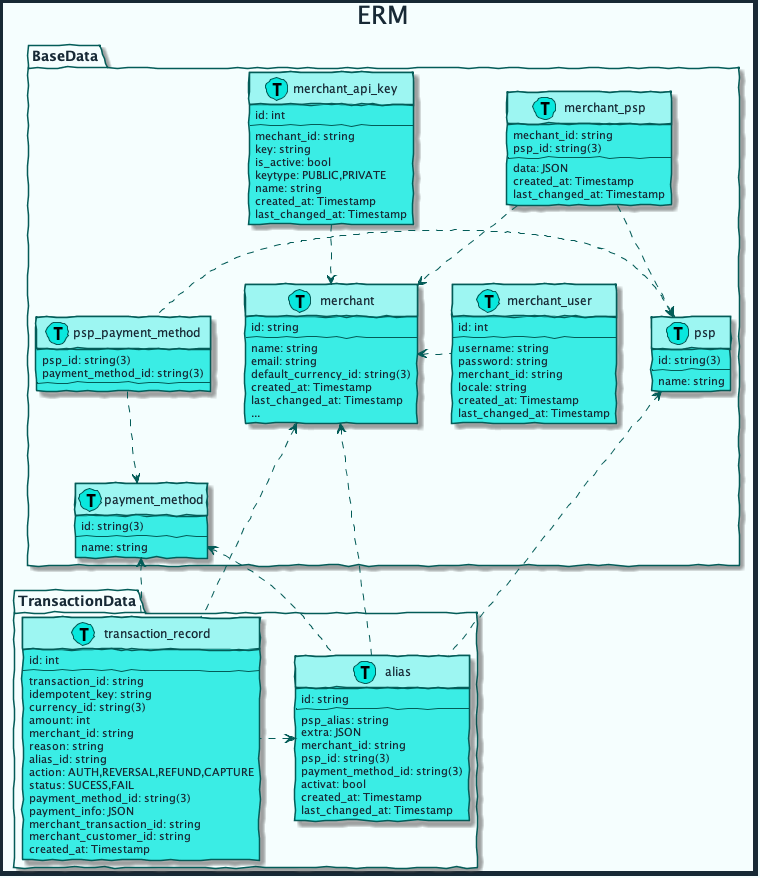
mobilabsolutions/stash-sdk-wiki keeps this PlantUML diagram as diagrams/out/erm.png. Above is the earlier version.
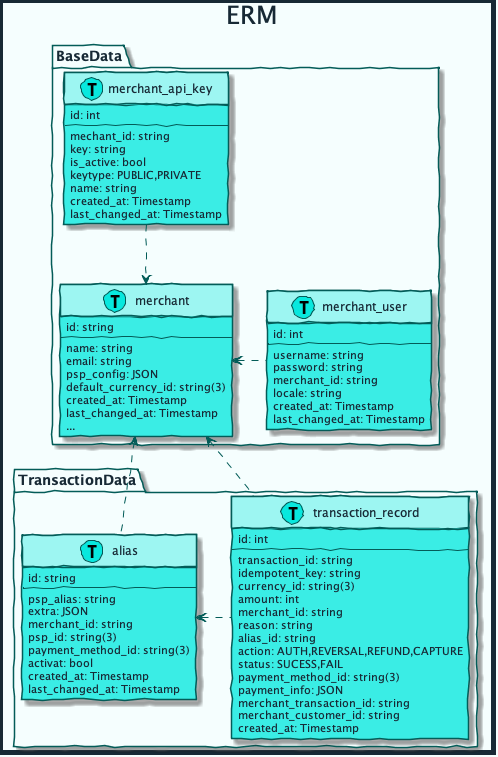
Later version of the same file.

Commit message:
update erm based on RADU feedack

Change to the diagram source:
```diff
@@ -48,29 +48,12 @@
 title ERM
 
 package BaseData {
-    class psp << (T, #08E8DE) >>{
-        id: string(3)
-        --
-        name: string
-    }
-
-    class payment_method << (T, #08E8DE) >>{
-        id: string(3)
-        --
-        name: string
-    }
-
-    class psp_payment_method << (T, #08E8DE) >>{
-        psp_id: string(3)
-        payment_method_id: string(3)
-        --
-    }
-
     class merchant << (T, #08E8DE) >>{
         id: string
         --
         name: string
         email: string
+        psp_config: JSON
         default_currency_id: string(3)
         created_at: Timestamp
         last_changed_at: Timestamp
@@ -89,15 +72,6 @@
         last_changed_at: Timestamp
     }
 
-    class merchant_psp << (T, #08E8DE) >>{
-        mechant_id: string
-        psp_id: string(3)
-        --
-        data: JSON
-        created_at: Timestamp
-        last_changed_at: Timestamp
-    }
-
     class merchant_user << (T, #08E8DE) >>{
         id: int
         --
@@ -109,12 +83,8 @@
         last_changed_at: Timestamp
     }
 
-    merchant_psp .-> merchant
-    merchant_psp .-> psp
     merchant_api_key .-> merchant
     merchant <. merchant_user
-    psp_payment_method .-> payment_method
-    psp <. psp_payment_method
 }
 
 package TransactionData {
@@ -153,10 +123,7 @@
     alias <. transaction_record
 }
 
-payment_method <.- alias
 merchant <.- alias
-psp <.- alias
-payment_method <.- transaction_record
 merchant <.- transaction_record
 
 @enduml
```
